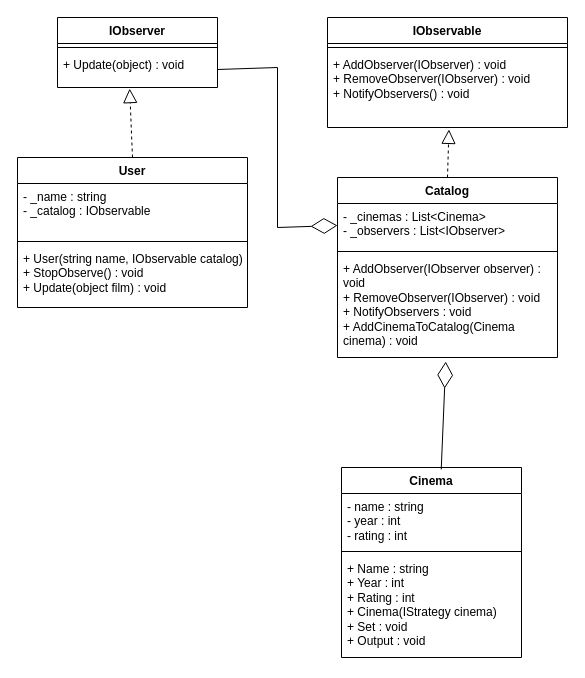
Earlier version of the draw.io diagram sem5/oopsptp/5/diagr.drawio (f1es/lab). Source tidied: cells renumbered, new cells numbered last; positions are measured from the earlier drawing's top-left corner, leaving out a move shared by most shapes. Both pictures are drawn from the tidied source at 100%, with x=0, y=0 at pixel (17, 17).
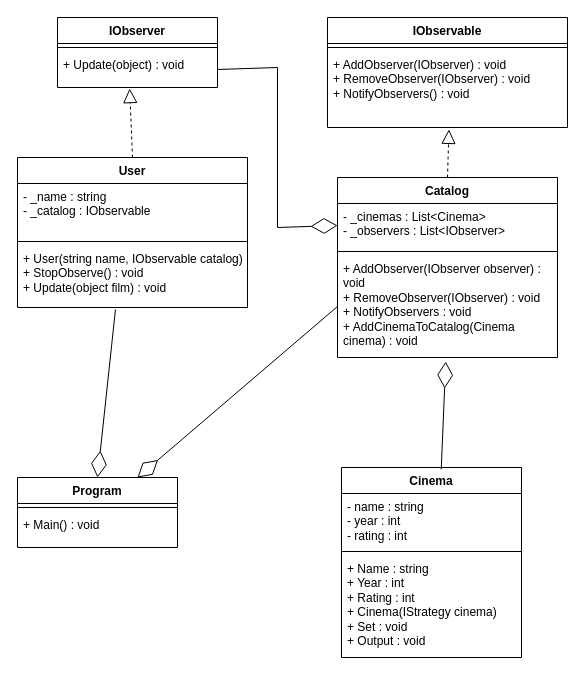
Above is the later version.

Unchanged cells that the change refers to:
```xml
<mxCell id="11" value="+ User(string name, IObservable catalog)&lt;br&gt;+ StopObserve() : void&lt;br&gt;+ Update(object film) : void&lt;br&gt;" style="text;strokeColor=none;fillColor=none;align=left;verticalAlign=top;spacingLeft=4;spacingRight=4;overflow=hidden;points=[[0,0.5],[1,0.5]];portConstraint=eastwest;whiteSpace=wrap;html=1;" parent="8" vertex="1">
  <mxGeometry y="88" width="230" height="62" as="geometry" />
</mxCell>
<mxCell id="19" value="+ AddObserver(IObserver observer) : void&lt;br&gt;+ RemoveObserver(IObserver) : void&lt;br&gt;+ NotifyObservers : void&lt;br&gt;+ AddCinemaToCatalog(Cinema cinema) : void" style="text;strokeColor=none;fillColor=none;align=left;verticalAlign=top;spacingLeft=4;spacingRight=4;overflow=hidden;points=[[0,0.5],[1,0.5]];portConstraint=eastwest;whiteSpace=wrap;html=1;" parent="16" vertex="1">
  <mxGeometry y="78" width="220" height="102" as="geometry" />
</mxCell>
```

Change to the diagram source:
```diff
@@
+    <mxCell id="24" value="Program" style="swimlane;fontStyle=1;align=center;verticalAlign=top;horizontal=1;startSize=26;whiteSpace=wrap;html=1;" parent="1" vertex="1">
+      <mxGeometry y="460" width="160" height="70" as="geometry" />
+    </mxCell>
+    <mxCell id="25" style="line;strokeWidth=1;fillColor=none;align=left;verticalAlign=middle;spacingTop=-1;spacingLeft=3;spacingRight=3;labelPosition=right;strokeColor=inherit;" parent="24" vertex="1">
+      <mxGeometry y="26" width="160" height="8" as="geometry" />
+    </mxCell>
+    <mxCell id="26" value="+ Main() : void" style="text;strokeColor=none;fillColor=none;align=left;verticalAlign=top;spacingLeft=4;spacingRight=4;overflow=hidden;whiteSpace=wrap;html=1;" parent="24" vertex="1">
+      <mxGeometry y="34" width="160" height="36" as="geometry" />
+    </mxCell>
+    <mxCell id="27" style="endArrow=diamondThin;endFill=0;endSize=24;html=1;rounded=0;entryX=0.5;entryY=0;entryDx=0;entryDy=0;exitX=0.426;exitY=1.032;exitDx=0;exitDy=0;exitPerimeter=0;" parent="1" edge="1" source="11" target="24">
+      <mxGeometry relative="1" as="geometry" />
+    </mxCell>
+    <mxCell id="28" style="endArrow=diamondThin;endFill=0;endSize=24;html=1;rounded=0;entryX=0.75;entryY=0;entryDx=0;entryDy=0;exitX=0;exitY=0.5;exitDx=0;exitDy=0;" parent="1" edge="1" source="19" target="24">
+      <mxGeometry relative="1" as="geometry" />
+    </mxCell>
```
